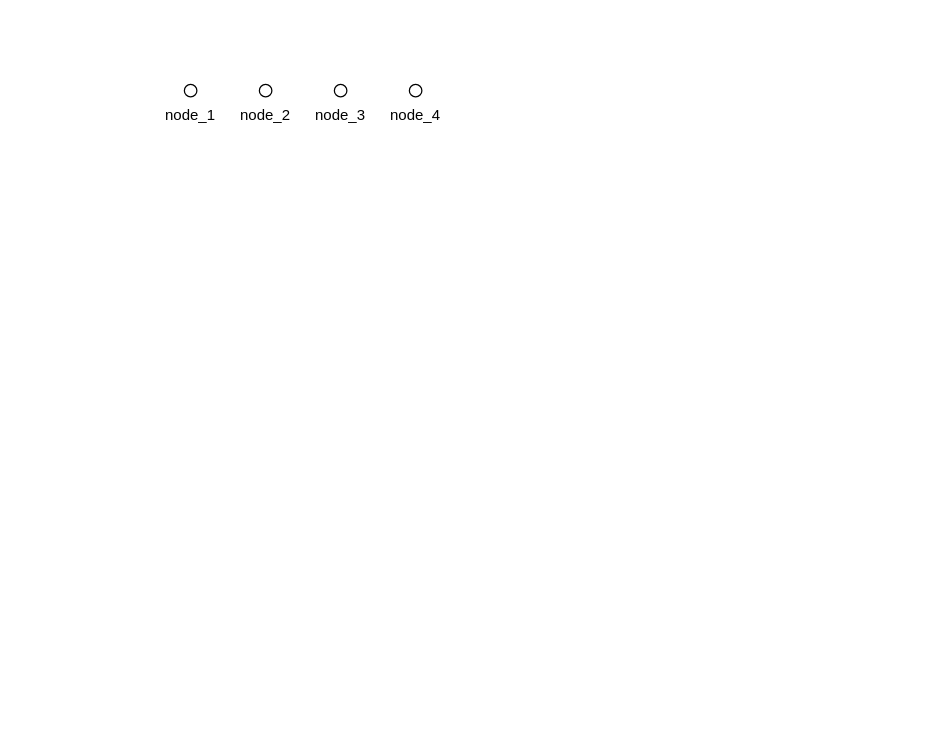
Before: diagrams/pcs地图交管.drawio in simon-sua/diagram_charts, a draw.io diagram. Source tidied: cells renumbered, new cells numbered last; positions are measured from the earlier drawing's top-left corner, leaving out a move shared by most shapes. Both pictures are drawn from the tidied source at 125%, with x=0, y=0 at pixel (152, 84).
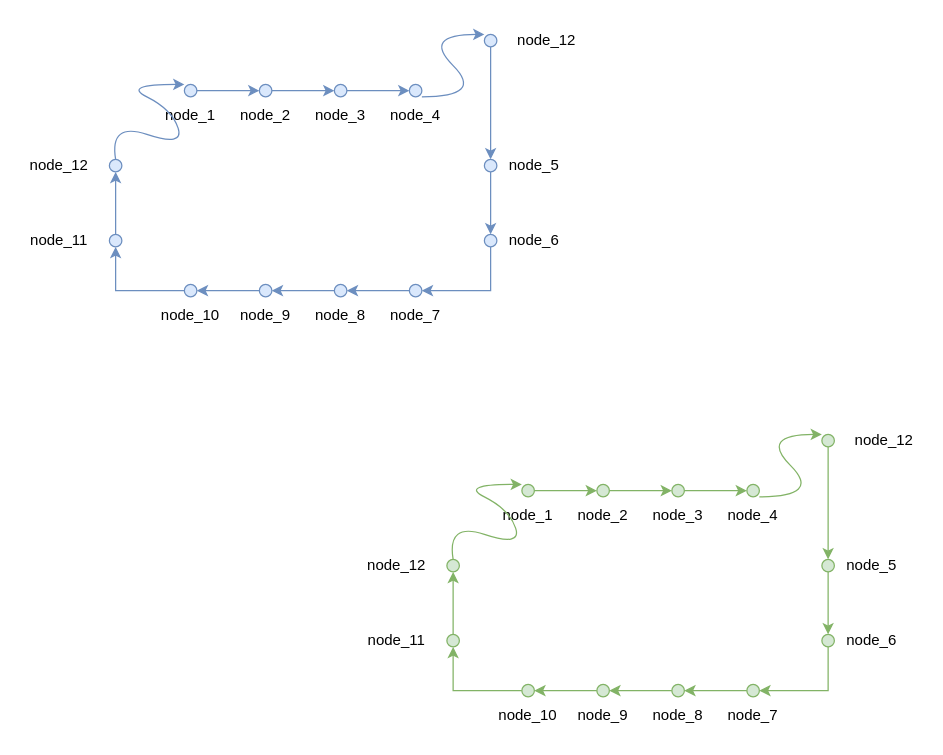
Above is the later version.

Commit message (it also covers changes not shown here):
更新pcs地图交管.drawio

The edit, as a diff of the source:
```diff
@@
+    <mxCell id="10" style="edgeStyle=orthogonalEdgeStyle;rounded=0;jettySize=auto;html=1;exitX=1;exitY=0.5;exitDx=0;exitDy=0;entryX=0;entryY=0.5;entryDx=0;entryDy=0;fillColor=#dae8fc;strokeColor=#6c8ebf;" parent="1" edge="1" source="2" target="4">
+      <mxGeometry relative="1" as="geometry" />
+    </mxCell>
-    <mxCell id="2" style="ellipse;whiteSpace=wrap;html=1;" parent="1" vertex="1">
+    <mxCell id="2" style="ellipse;whiteSpace=wrap;html=1;fillColor=#dae8fc;strokeColor=#6c8ebf;" parent="1" vertex="1">
       <mxGeometry x="25" width="10" height="10" as="geometry" />
     </mxCell>
@@
+    <mxCell id="11" style="edgeStyle=orthogonalEdgeStyle;rounded=0;jettySize=auto;html=1;exitX=1;exitY=0.5;exitDx=0;exitDy=0;entryX=0;entryY=0.5;entryDx=0;entryDy=0;fillColor=#dae8fc;strokeColor=#6c8ebf;" parent="1" edge="1" source="4" target="6">
+      <mxGeometry relative="1" as="geometry" />
+    </mxCell>
-    <mxCell id="4" style="ellipse;whiteSpace=wrap;html=1;" parent="1" vertex="1">
+    <mxCell id="4" style="ellipse;whiteSpace=wrap;html=1;fillColor=#dae8fc;strokeColor=#6c8ebf;" parent="1" vertex="1">
       <mxGeometry x="85" width="10" height="10" as="geometry" />
     </mxCell>
@@
+    <mxCell id="12" style="edgeStyle=orthogonalEdgeStyle;rounded=0;jettySize=auto;html=1;exitX=1;exitY=0.5;exitDx=0;exitDy=0;entryX=0;entryY=0.5;entryDx=0;entryDy=0;fillColor=#dae8fc;strokeColor=#6c8ebf;" parent="1" edge="1" source="6" target="8">
+      <mxGeometry relative="1" as="geometry" />
+    </mxCell>
-    <mxCell id="6" style="ellipse;whiteSpace=wrap;html=1;" parent="1" vertex="1">
+    <mxCell id="6" style="ellipse;whiteSpace=wrap;html=1;fillColor=#dae8fc;strokeColor=#6c8ebf;" parent="1" vertex="1">
       <mxGeometry x="145" width="10" height="10" as="geometry" />
     </mxCell>
@@
-    <mxCell id="8" style="ellipse;whiteSpace=wrap;html=1;" parent="1" vertex="1">
+    <mxCell id="8" style="ellipse;whiteSpace=wrap;html=1;fillColor=#dae8fc;strokeColor=#6c8ebf;" parent="1" vertex="1">
       <mxGeometry x="205" width="10" height="10" as="geometry" />
     </mxCell>
@@
+    <mxCell id="13" style="edgeStyle=orthogonalEdgeStyle;rounded=0;jettySize=auto;html=1;exitX=0.5;exitY=1;exitDx=0;exitDy=0;entryX=0.5;entryY=0;entryDx=0;entryDy=0;fillColor=#dae8fc;strokeColor=#6c8ebf;" parent="1" edge="1" source="14" target="17">
+      <mxGeometry relative="1" as="geometry" />
+    </mxCell>
+    <mxCell id="14" style="ellipse;whiteSpace=wrap;html=1;fillColor=#dae8fc;strokeColor=#6c8ebf;" parent="1" vertex="1">
+      <mxGeometry x="265" y="60" width="10" height="10" as="geometry" />
+    </mxCell>
+    <mxCell id="15" value="node_5" style="text;html=1;strokeColor=none;fillColor=none;align=center;verticalAlign=middle;whiteSpace=wrap;rounded=0;" parent="1" vertex="1">
+      <mxGeometry x="275" y="50" width="60" height="30" as="geometry" />
+    </mxCell>
+    <mxCell id="16" style="edgeStyle=orthogonalEdgeStyle;rounded=0;jettySize=auto;html=1;exitX=0.5;exitY=1;exitDx=0;exitDy=0;entryX=1;entryY=0.5;entryDx=0;entryDy=0;fillColor=#dae8fc;strokeColor=#6c8ebf;" parent="1" edge="1" source="17" target="20">
+      <mxGeometry relative="1" as="geometry" />
+    </mxCell>
+    <mxCell id="17" style="ellipse;whiteSpace=wrap;html=1;fillColor=#dae8fc;strokeColor=#6c8ebf;" parent="1" vertex="1">
+      <mxGeometry x="265" y="120" width="10" height="10" as="geometry" />
+    </mxCell>
+    <mxCell id="18" value="node_6" style="text;html=1;strokeColor=none;fillColor=none;align=center;verticalAlign=middle;whiteSpace=wrap;rounded=0;" parent="1" vertex="1">
+      <mxGeometry x="275" y="110" width="60" height="30" as="geometry" />
+    </mxCell>
+    <mxCell id="19" style="edgeStyle=orthogonalEdgeStyle;rounded=0;jettySize=auto;html=1;exitX=0;exitY=0.5;exitDx=0;exitDy=0;entryX=1;entryY=0.5;entryDx=0;entryDy=0;fillColor=#dae8fc;strokeColor=#6c8ebf;" parent="1" edge="1" source="20" target="23">
+      <mxGeometry relative="1" as="geometry" />
+    </mxCell>
+    <mxCell id="20" style="ellipse;whiteSpace=wrap;html=1;fillColor=#dae8fc;strokeColor=#6c8ebf;" parent="1" vertex="1">
+      <mxGeometry x="205" y="160" width="10" height="10" as="geometry" />
+    </mxCell>
+    <mxCell id="21" value="node_7" style="text;html=1;strokeColor=none;fillColor=none;align=center;verticalAlign=middle;whiteSpace=wrap;rounded=0;" parent="1" vertex="1">
+      <mxGeometry x="180" y="170" width="60" height="30" as="geometry" />
+    </mxCell>
+    <mxCell id="22" style="edgeStyle=orthogonalEdgeStyle;rounded=0;jettySize=auto;html=1;exitX=0;exitY=0.5;exitDx=0;exitDy=0;entryX=1;entryY=0.5;entryDx=0;entryDy=0;fillColor=#dae8fc;strokeColor=#6c8ebf;" parent="1" edge="1" source="23" target="26">
+      <mxGeometry relative="1" as="geometry" />
+    </mxCell>
+    <mxCell id="23" style="ellipse;whiteSpace=wrap;html=1;fillColor=#dae8fc;strokeColor=#6c8ebf;" parent="1" vertex="1">
+      <mxGeometry x="145" y="160" width="10" height="10" as="geometry" />
+    </mxCell>
+    <mxCell id="24" value="node_8" style="text;html=1;strokeColor=none;fillColor=none;align=center;verticalAlign=middle;whiteSpace=wrap;rounded=0;" parent="1" vertex="1">
+      <mxGeometry x="120" y="170" width="60" height="30" as="geometry" />
+    </mxCell>
+    <mxCell id="25" style="edgeStyle=orthogonalEdgeStyle;rounded=0;jettySize=auto;html=1;exitX=0;exitY=0.5;exitDx=0;exitDy=0;entryX=1;entryY=0.5;entryDx=0;entryDy=0;fillColor=#dae8fc;strokeColor=#6c8ebf;" parent="1" edge="1" source="26" target="29">
+      <mxGeometry relative="1" as="geometry" />
+    </mxCell>
+    <mxCell id="26" style="ellipse;whiteSpace=wrap;html=1;fillColor=#dae8fc;strokeColor=#6c8ebf;" parent="1" vertex="1">
+      <mxGeometry x="85" y="160" width="10" height="10" as="geometry" />
+    </mxCell>
+    <mxCell id="27" value="node_9" style="text;html=1;strokeColor=none;fillColor=none;align=center;verticalAlign=middle;whiteSpace=wrap;rounded=0;" parent="1" vertex="1">
+      <mxGeometry x="60" y="170" width="60" height="30" as="geometry" />
+    </mxCell>
+    <mxCell id="28" style="edgeStyle=orthogonalEdgeStyle;rounded=0;jettySize=auto;html=1;exitX=0;exitY=0.5;exitDx=0;exitDy=0;entryX=0.5;entryY=1;entryDx=0;entryDy=0;fillColor=#dae8fc;strokeColor=#6c8ebf;" parent="1" edge="1" source="29" target="32">
+      <mxGeometry relative="1" as="geometry" />
+    </mxCell>
+    <mxCell id="29" style="ellipse;whiteSpace=wrap;html=1;fillColor=#dae8fc;strokeColor=#6c8ebf;" parent="1" vertex="1">
+      <mxGeometry x="25" y="160" width="10" height="10" as="geometry" />
+    </mxCell>
+    <mxCell id="30" value="node_10" style="text;html=1;strokeColor=none;fillColor=none;align=center;verticalAlign=middle;whiteSpace=wrap;rounded=0;" parent="1" vertex="1">
+      <mxGeometry y="170" width="60" height="30" as="geometry" />
+    </mxCell>
+    <mxCell id="31" style="edgeStyle=orthogonalEdgeStyle;rounded=0;jettySize=auto;html=1;exitX=0.5;exitY=0;exitDx=0;exitDy=0;entryX=0.5;entryY=1;entryDx=0;entryDy=0;fillColor=#dae8fc;strokeColor=#6c8ebf;" parent="1" edge="1" source="32" target="34">
+      <mxGeometry relative="1" as="geometry" />
+    </mxCell>
+    <mxCell id="32" style="ellipse;whiteSpace=wrap;html=1;fillColor=#dae8fc;strokeColor=#6c8ebf;" parent="1" vertex="1">
+      <mxGeometry x="-35" y="120" width="10" height="10" as="geometry" />
+    </mxCell>
+    <mxCell id="33" value="node_11" style="text;html=1;strokeColor=none;fillColor=none;align=center;verticalAlign=middle;whiteSpace=wrap;rounded=0;" parent="1" vertex="1">
+      <mxGeometry x="-105" y="110" width="60" height="30" as="geometry" />
+    </mxCell>
+    <mxCell id="34" style="ellipse;whiteSpace=wrap;html=1;fillColor=#dae8fc;strokeColor=#6c8ebf;" parent="1" vertex="1">
+      <mxGeometry x="-35" y="60" width="10" height="10" as="geometry" />
+    </mxCell>
+    <mxCell id="35" value="node_12" style="text;html=1;strokeColor=none;fillColor=none;align=center;verticalAlign=middle;whiteSpace=wrap;rounded=0;" parent="1" vertex="1">
+      <mxGeometry x="-105" y="50" width="60" height="30" as="geometry" />
+    </mxCell>
+    <mxCell id="36" style="curved=1;endArrow=classic;html=1;rounded=0;fillColor=#dae8fc;strokeColor=#6c8ebf;" parent="1" edge="1">
+      <mxGeometry relative="1" as="geometry">
+        <mxPoint x="215" y="10" as="sourcePoint" />
+        <mxPoint x="265" y="-40" as="targetPoint" />
+        <Array as="points">
+          <mxPoint x="265" y="10" />
+          <mxPoint x="215" y="-40" />
+        </Array>
+      </mxGeometry>
+    </mxCell>
+    <mxCell id="37" style="edgeStyle=orthogonalEdgeStyle;rounded=0;jettySize=auto;html=1;exitX=0.5;exitY=1;exitDx=0;exitDy=0;entryX=0.5;entryY=0;entryDx=0;entryDy=0;fillColor=#dae8fc;strokeColor=#6c8ebf;" parent="1" edge="1" source="38" target="14">
+      <mxGeometry relative="1" as="geometry" />
+    </mxCell>
+    <mxCell id="38" style="ellipse;whiteSpace=wrap;html=1;fillColor=#dae8fc;strokeColor=#6c8ebf;" parent="1" vertex="1">
+      <mxGeometry x="265" y="-40" width="10" height="10" as="geometry" />
+    </mxCell>
+    <mxCell id="39" value="node_12" style="text;html=1;strokeColor=none;fillColor=none;align=center;verticalAlign=middle;whiteSpace=wrap;rounded=0;" parent="1" vertex="1">
+      <mxGeometry x="285" y="-50" width="60" height="30" as="geometry" />
+    </mxCell>
+    <mxCell id="40" style="curved=1;endArrow=classic;html=1;rounded=0;exitX=0.5;exitY=0;exitDx=0;exitDy=0;fillColor=#dae8fc;strokeColor=#6c8ebf;" parent="1" edge="1" source="34">
+      <mxGeometry relative="1" as="geometry">
+        <mxPoint x="25" as="targetPoint" />
+        <Array as="points">
+          <mxPoint x="-35" y="30" />
+          <mxPoint x="25" y="50" />
+          <mxPoint x="15" y="20" />
+          <mxPoint x="-25" />
+        </Array>
+      </mxGeometry>
+    </mxCell>
+    <mxCell id="41" style="edgeStyle=orthogonalEdgeStyle;rounded=0;jettySize=auto;html=1;exitX=1;exitY=0.5;exitDx=0;exitDy=0;entryX=0;entryY=0.5;entryDx=0;entryDy=0;fillColor=#d5e8d4;strokeColor=#82b366;" parent="1" edge="1" source="42" target="45">
+      <mxGeometry relative="1" as="geometry" />
+    </mxCell>
+    <mxCell id="42" style="ellipse;whiteSpace=wrap;html=1;fillColor=#d5e8d4;strokeColor=#82b366;" parent="1" vertex="1">
+      <mxGeometry x="295" y="320" width="10" height="10" as="geometry" />
+    </mxCell>
+    <mxCell id="43" value="node_1" style="text;html=1;strokeColor=none;fillColor=none;align=center;verticalAlign=middle;whiteSpace=wrap;rounded=0;" parent="1" vertex="1">
+      <mxGeometry x="270" y="330" width="60" height="30" as="geometry" />
+    </mxCell>
+    <mxCell id="44" style="edgeStyle=orthogonalEdgeStyle;rounded=0;jettySize=auto;html=1;exitX=1;exitY=0.5;exitDx=0;exitDy=0;entryX=0;entryY=0.5;entryDx=0;entryDy=0;fillColor=#d5e8d4;strokeColor=#82b366;" parent="1" edge="1" source="45" target="48">
+      <mxGeometry relative="1" as="geometry" />
+    </mxCell>
+    <mxCell id="45" style="ellipse;whiteSpace=wrap;html=1;fillColor=#d5e8d4;strokeColor=#82b366;" parent="1" vertex="1">
+      <mxGeometry x="355" y="320" width="10" height="10" as="geometry" />
+    </mxCell>
+    <mxCell id="46" value="node_2" style="text;html=1;strokeColor=none;fillColor=none;align=center;verticalAlign=middle;whiteSpace=wrap;rounded=0;" parent="1" vertex="1">
+      <mxGeometry x="330" y="330" width="60" height="30" as="geometry" />
+    </mxCell>
+    <mxCell id="47" style="edgeStyle=orthogonalEdgeStyle;rounded=0;jettySize=auto;html=1;exitX=1;exitY=0.5;exitDx=0;exitDy=0;entryX=0;entryY=0.5;entryDx=0;entryDy=0;fillColor=#d5e8d4;strokeColor=#82b366;" parent="1" edge="1" source="48" target="50">
+      <mxGeometry relative="1" as="geometry" />
+    </mxCell>
+    <mxCell id="48" style="ellipse;whiteSpace=wrap;html=1;fillColor=#d5e8d4;strokeColor=#82b366;" parent="1" vertex="1">
+      <mxGeometry x="415" y="320" width="10" height="10" as="geometry" />
+    </mxCell>
+    <mxCell id="49" value="node_3" style="text;html=1;strokeColor=none;fillColor=none;align=center;verticalAlign=middle;whiteSpace=wrap;rounded=0;" parent="1" vertex="1">
+      <mxGeometry x="390" y="330" width="60" height="30" as="geometry" />
+    </mxCell>
+    <mxCell id="50" style="ellipse;whiteSpace=wrap;html=1;fillColor=#d5e8d4;strokeColor=#82b366;" parent="1" vertex="1">
+      <mxGeometry x="475" y="320" width="10" height="10" as="geometry" />
+    </mxCell>
+    <mxCell id="51" value="node_4" style="text;html=1;strokeColor=none;fillColor=none;align=center;verticalAlign=middle;whiteSpace=wrap;rounded=0;" parent="1" vertex="1">
+      <mxGeometry x="450" y="330" width="60" height="30" as="geometry" />
+    </mxCell>
+    <mxCell id="52" style="edgeStyle=orthogonalEdgeStyle;rounded=0;jettySize=auto;html=1;exitX=0.5;exitY=1;exitDx=0;exitDy=0;entryX=0.5;entryY=0;entryDx=0;entryDy=0;fillColor=#d5e8d4;strokeColor=#82b366;" parent="1" edge="1" source="53" target="56">
+      <mxGeometry relative="1" as="geometry" />
+    </mxCell>
+    <mxCell id="53" style="ellipse;whiteSpace=wrap;html=1;fillColor=#d5e8d4;strokeColor=#82b366;" parent="1" vertex="1">
+      <mxGeometry x="535" y="380" width="10" height="10" as="geometry" />
+    </mxCell>
+    <mxCell id="54" value="node_5" style="text;html=1;strokeColor=none;fillColor=none;align=center;verticalAlign=middle;whiteSpace=wrap;rounded=0;" parent="1" vertex="1">
+      <mxGeometry x="545" y="370" width="60" height="30" as="geometry" />
+    </mxCell>
+    <mxCell id="55" style="edgeStyle=orthogonalEdgeStyle;rounded=0;jettySize=auto;html=1;exitX=0.5;exitY=1;exitDx=0;exitDy=0;entryX=1;entryY=0.5;entryDx=0;entryDy=0;fillColor=#d5e8d4;strokeColor=#82b366;" parent="1" edge="1" source="56" target="59">
+      <mxGeometry relative="1" as="geometry" />
+    </mxCell>
+    <mxCell id="56" style="ellipse;whiteSpace=wrap;html=1;fillColor=#d5e8d4;strokeColor=#82b366;" parent="1" vertex="1">
+      <mxGeometry x="535" y="440" width="10" height="10" as="geometry" />
+    </mxCell>
+    <mxCell id="57" value="node_6" style="text;html=1;strokeColor=none;fillColor=none;align=center;verticalAlign=middle;whiteSpace=wrap;rounded=0;" parent="1" vertex="1">
+      <mxGeometry x="545" y="430" width="60" height="30" as="geometry" />
+    </mxCell>
+    <mxCell id="58" style="edgeStyle=orthogonalEdgeStyle;rounded=0;jettySize=auto;html=1;exitX=0;exitY=0.5;exitDx=0;exitDy=0;entryX=1;entryY=0.5;entryDx=0;entryDy=0;fillColor=#d5e8d4;strokeColor=#82b366;" parent="1" edge="1" source="59" target="62">
+      <mxGeometry relative="1" as="geometry" />
+    </mxCell>
+    <mxCell id="59" style="ellipse;whiteSpace=wrap;html=1;fillColor=#d5e8d4;strokeColor=#82b366;" parent="1" vertex="1">
+      <mxGeometry x="475" y="480" width="10" height="10" as="geometry" />
+    </mxCell>
+    <mxCell id="60" value="node_7" style="text;html=1;strokeColor=none;fillColor=none;align=center;verticalAlign=middle;whiteSpace=wrap;rounded=0;" parent="1" vertex="1">
+      <mxGeometry x="450" y="490" width="60" height="30" as="geometry" />
+    </mxCell>
+    <mxCell id="61" style="edgeStyle=orthogonalEdgeStyle;rounded=0;jettySize=auto;html=1;exitX=0;exitY=0.5;exitDx=0;exitDy=0;entryX=1;entryY=0.5;entryDx=0;entryDy=0;fillColor=#d5e8d4;strokeColor=#82b366;" parent="1" edge="1" source="62" target="65">
+      <mxGeometry relative="1" as="geometry" />
+    </mxCell>
+    <mxCell id="62" style="ellipse;whiteSpace=wrap;html=1;fillColor=#d5e8d4;strokeColor=#82b366;" parent="1" vertex="1">
+      <mxGeometry x="415" y="480" width="10" height="10" as="geometry" />
+    </mxCell>
+    <mxCell id="63" value="node_8" style="text;html=1;strokeColor=none;fillColor=none;align=center;verticalAlign=middle;whiteSpace=wrap;rounded=0;" parent="1" vertex="1">
+      <mxGeometry x="390" y="490" width="60" height="30" as="geometry" />
+    </mxCell>
+    <mxCell id="64" style="edgeStyle=orthogonalEdgeStyle;rounded=0;jettySize=auto;html=1;exitX=0;exitY=0.5;exitDx=0;exitDy=0;entryX=1;entryY=0.5;entryDx=0;entryDy=0;fillColor=#d5e8d4;strokeColor=#82b366;" parent="1" edge="1" source="65" target="68">
+      <mxGeometry relative="1" as="geometry" />
+    </mxCell>
+    <mxCell id="65" style="ellipse;whiteSpace=wrap;html=1;fillColor=#d5e8d4;strokeColor=#82b366;" parent="1" vertex="1">
+      <mxGeometry x="355" y="480" width="10" height="10" as="geometry" />
+    </mxCell>
+    <mxCell id="66" value="node_9" style="text;html=1;strokeColor=none;fillColor=none;align=center;verticalAlign=middle;whiteSpace=wrap;rounded=0;" parent="1" vertex="1">
+      <mxGeometry x="330" y="490" width="60" height="30" as="geometry" />
+    </mxCell>
+    <mxCell id="67" style="edgeStyle=orthogonalEdgeStyle;rounded=0;jettySize=auto;html=1;exitX=0;exitY=0.5;exitDx=0;exitDy=0;entryX=0.5;entryY=1;entryDx=0;entryDy=0;fillColor=#d5e8d4;strokeColor=#82b366;" parent="1" edge="1" source="68" target="71">
+      <mxGeometry relative="1" as="geometry" />
+    </mxCell>
+    <mxCell id="68" style="ellipse;whiteSpace=wrap;html=1;fillColor=#d5e8d4;strokeColor=#82b366;" parent="1" vertex="1">
+      <mxGeometry x="295" y="480" width="10" height="10" as="geometry" />
+    </mxCell>
+    <mxCell id="69" value="node_10" style="text;html=1;strokeColor=none;fillColor=none;align=center;verticalAlign=middle;whiteSpace=wrap;rounded=0;" parent="1" vertex="1">
+      <mxGeometry x="270" y="490" width="60" height="30" as="geometry" />
+    </mxCell>
+    <mxCell id="70" style="edgeStyle=orthogonalEdgeStyle;rounded=0;jettySize=auto;html=1;exitX=0.5;exitY=0;exitDx=0;exitDy=0;entryX=0.5;entryY=1;entryDx=0;entryDy=0;fillColor=#d5e8d4;strokeColor=#82b366;" parent="1" edge="1" source="71" target="73">
+      <mxGeometry relative="1" as="geometry" />
+    </mxCell>
+    <mxCell id="71" style="ellipse;whiteSpace=wrap;html=1;fillColor=#d5e8d4;strokeColor=#82b366;" parent="1" vertex="1">
+      <mxGeometry x="235" y="440" width="10" height="10" as="geometry" />
+    </mxCell>
+    <mxCell id="72" value="node_11" style="text;html=1;strokeColor=none;fillColor=none;align=center;verticalAlign=middle;whiteSpace=wrap;rounded=0;" parent="1" vertex="1">
+      <mxGeometry x="165" y="430" width="60" height="30" as="geometry" />
+    </mxCell>
+    <mxCell id="73" style="ellipse;whiteSpace=wrap;html=1;fillColor=#d5e8d4;strokeColor=#82b366;" parent="1" vertex="1">
+      <mxGeometry x="235" y="380" width="10" height="10" as="geometry" />
+    </mxCell>
+    <mxCell id="74" value="node_12" style="text;html=1;strokeColor=none;fillColor=none;align=center;verticalAlign=middle;whiteSpace=wrap;rounded=0;" parent="1" vertex="1">
+      <mxGeometry x="165" y="370" width="60" height="30" as="geometry" />
+    </mxCell>
+    <mxCell id="75" style="curved=1;endArrow=classic;html=1;rounded=0;fillColor=#d5e8d4;strokeColor=#82b366;" parent="1" edge="1">
+      <mxGeometry relative="1" as="geometry">
+        <mxPoint x="485" y="330" as="sourcePoint" />
+        <mxPoint x="535" y="280" as="targetPoint" />
+        <Array as="points">
+          <mxPoint x="535" y="330" />
+          <mxPoint x="485" y="280" />
+        </Array>
+      </mxGeometry>
+    </mxCell>
+    <mxCell id="76" style="edgeStyle=orthogonalEdgeStyle;rounded=0;jettySize=auto;html=1;exitX=0.5;exitY=1;exitDx=0;exitDy=0;entryX=0.5;entryY=0;entryDx=0;entryDy=0;fillColor=#d5e8d4;strokeColor=#82b366;" parent="1" edge="1" source="77" target="53">
+      <mxGeometry relative="1" as="geometry" />
+    </mxCell>
+    <mxCell id="77" style="ellipse;whiteSpace=wrap;html=1;fillColor=#d5e8d4;strokeColor=#82b366;" parent="1" vertex="1">
+      <mxGeometry x="535" y="280" width="10" height="10" as="geometry" />
+    </mxCell>
+    <mxCell id="78" value="node_12" style="text;html=1;strokeColor=none;fillColor=none;align=center;verticalAlign=middle;whiteSpace=wrap;rounded=0;" parent="1" vertex="1">
+      <mxGeometry x="555" y="270" width="60" height="30" as="geometry" />
+    </mxCell>
+    <mxCell id="79" style="curved=1;endArrow=classic;html=1;rounded=0;exitX=0.5;exitY=0;exitDx=0;exitDy=0;fillColor=#d5e8d4;strokeColor=#82b366;" parent="1" edge="1" source="73">
+      <mxGeometry relative="1" as="geometry">
+        <mxPoint x="295" y="320" as="targetPoint" />
+        <Array as="points">
+          <mxPoint x="235" y="350" />
+          <mxPoint x="295" y="370" />
+          <mxPoint x="285" y="340" />
+          <mxPoint x="245" y="320" />
+        </Array>
+      </mxGeometry>
+    </mxCell>
```
